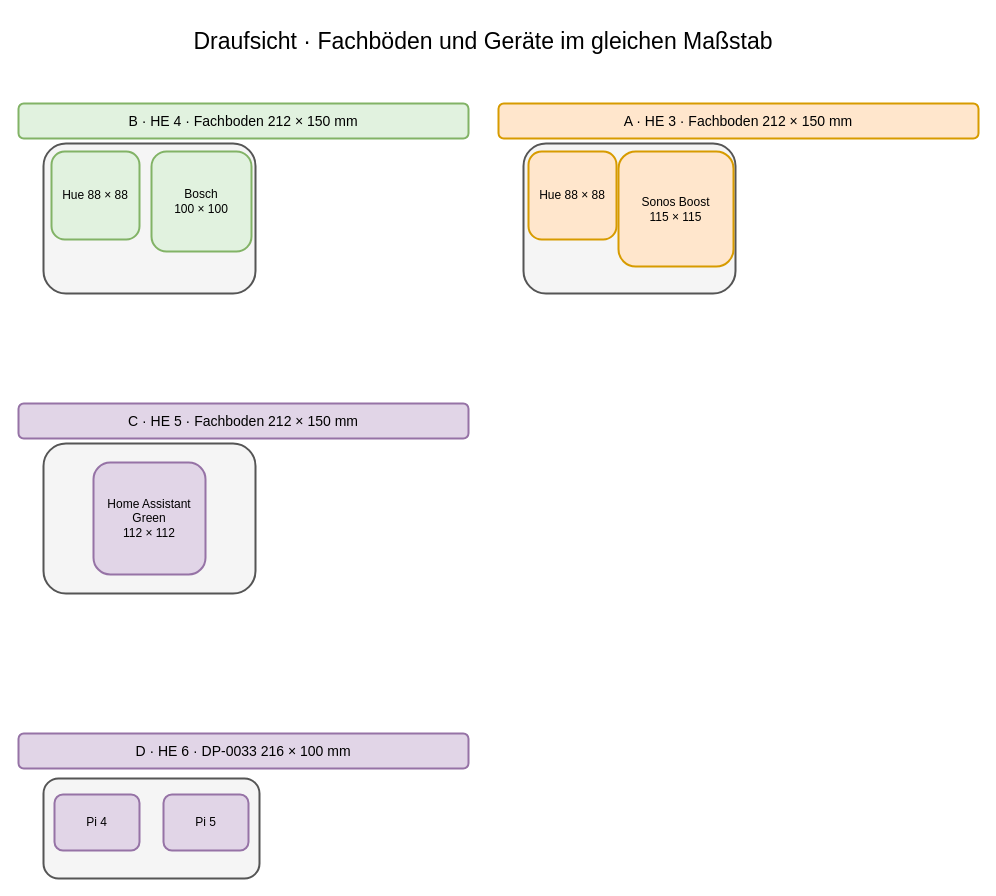
tiptronic/diagrams keeps this draw.io diagram as page "Fachböden – Draufsicht" (2 of 5) of 10-zoll-rack-planung.drawio. Above is the earlier version. Source tidied: cells renumbered, new cells numbered last; positions are measured from the earlier drawing's top-left corner, leaving out a move shared by most shapes. Both pictures are drawn from the tidied source at 100%, with x=0, y=0 at pixel (18, 18).
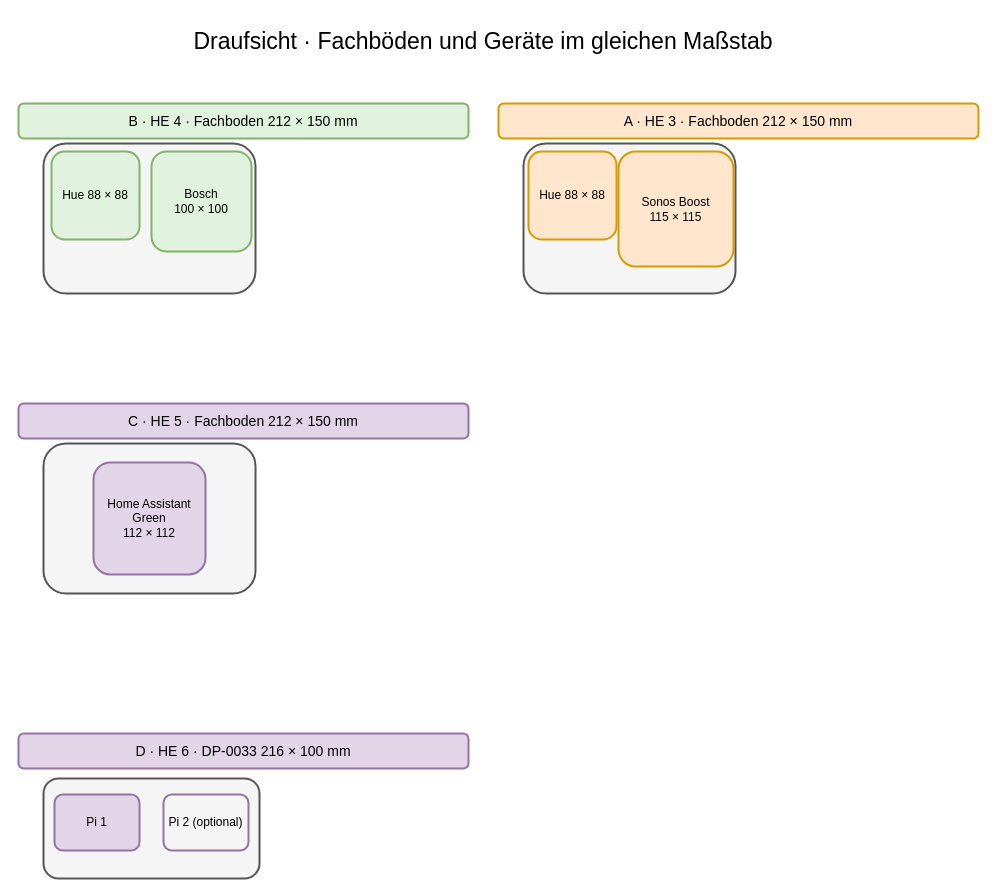
The same diagram, later.

The edit, as a diff of the source:
```diff
@@
 <mxGraphModel>
   <root>
     <mxCell id="0" />
     <mxCell id="1" parent="0" />
     <mxCell id="2" value="Draufsicht · Fachböden und Geräte im gleichen Maßstab" style="rounded=1;whiteSpace=wrap;html=1;align=center;verticalAlign=middle;strokeWidth=2;fontSize=23;fillColor=#ffffff;strokeColor=#ffffff;" parent="1" vertex="1">
       <mxGeometry width="930" height="45" as="geometry" />
     </mxCell>
     <mxCell id="3" value="B · HE 4 · Fachboden 212 × 150 mm" style="rounded=1;whiteSpace=wrap;html=1;align=center;verticalAlign=middle;strokeWidth=2;fontSize=14;fillColor=#e1f2df;strokeColor=#82b366;" parent="1" vertex="1">
       <mxGeometry y="85" width="450" height="35" as="geometry" />
     </mxCell>
     <mxCell id="4" style="rounded=1;whiteSpace=wrap;html=1;align=center;verticalAlign=middle;strokeWidth=2;fontSize=14;fillColor=#f5f5f5;strokeColor=#555555;" parent="1" vertex="1">
       <mxGeometry x="25" y="125" width="212" height="150" as="geometry" />
     </mxCell>
     <mxCell id="5" value="Hue 88 × 88" style="rounded=1;whiteSpace=wrap;html=1;align=center;verticalAlign=middle;strokeWidth=2;fontSize=12;fillColor=#e1f2df;strokeColor=#82b366;" parent="1" vertex="1">
       <mxGeometry x="33" y="133" width="88" height="88" as="geometry" />
     </mxCell>
     <mxCell id="6" value="Bosch&#10;100 × 100" style="rounded=1;whiteSpace=wrap;html=1;align=center;verticalAlign=middle;strokeWidth=2;fontSize=12;fillColor=#e1f2df;strokeColor=#82b366;" parent="1" vertex="1">
       <mxGeometry x="133" y="133" width="100" height="100" as="geometry" />
     </mxCell>
     <mxCell id="7" value="A · HE 3 · Fachboden 212 × 150 mm" style="rounded=1;whiteSpace=wrap;html=1;align=center;verticalAlign=middle;strokeWidth=2;fontSize=14;fillColor=#ffe6cc;strokeColor=#d79b00;" parent="1" vertex="1">
       <mxGeometry x="480" y="85" width="480" height="35" as="geometry" />
     </mxCell>
     <mxCell id="8" style="rounded=1;whiteSpace=wrap;html=1;align=center;verticalAlign=middle;strokeWidth=2;fontSize=14;fillColor=#f5f5f5;strokeColor=#555555;" parent="1" vertex="1">
       <mxGeometry x="505" y="125" width="212" height="150" as="geometry" />
     </mxCell>
     <mxCell id="9" value="Hue 88 × 88" style="rounded=1;whiteSpace=wrap;html=1;align=center;verticalAlign=middle;strokeWidth=2;fontSize=12;fillColor=#ffe6cc;strokeColor=#d79b00;" parent="1" vertex="1">
       <mxGeometry x="510" y="133" width="88" height="88" as="geometry" />
     </mxCell>
     <mxCell id="10" value="Sonos Boost&#10;115 × 115" style="rounded=1;whiteSpace=wrap;html=1;align=center;verticalAlign=middle;strokeWidth=2;fontSize=12;fillColor=#ffe6cc;strokeColor=#d79b00;" parent="1" vertex="1">
       <mxGeometry x="600" y="133" width="115" height="115" as="geometry" />
     </mxCell>
     <mxCell id="11" value="C · HE 5 · Fachboden 212 × 150 mm" style="rounded=1;whiteSpace=wrap;html=1;align=center;verticalAlign=middle;strokeWidth=2;fontSize=14;fillColor=#e1d5e7;strokeColor=#9673a6;" parent="1" vertex="1">
       <mxGeometry y="385" width="450" height="35" as="geometry" />
     </mxCell>
     <mxCell id="12" style="rounded=1;whiteSpace=wrap;html=1;align=center;verticalAlign=middle;strokeWidth=2;fontSize=14;fillColor=#f5f5f5;strokeColor=#555555;" parent="1" vertex="1">
       <mxGeometry x="25" y="425" width="212" height="150" as="geometry" />
     </mxCell>
     <mxCell id="13" value="Home Assistant Green&#10;112 × 112" style="rounded=1;whiteSpace=wrap;html=1;align=center;verticalAlign=middle;strokeWidth=2;fontSize=12;fillColor=#e1d5e7;strokeColor=#9673a6;" parent="1" vertex="1">
       <mxGeometry x="75" y="444" width="112" height="112" as="geometry" />
     </mxCell>
     <mxCell id="14" value="D · HE 6 · DP-0033 216 × 100 mm" style="rounded=1;whiteSpace=wrap;html=1;align=center;verticalAlign=middle;strokeWidth=2;fontSize=14;fillColor=#e1d5e7;strokeColor=#9673a6;" parent="1" vertex="1">
       <mxGeometry y="715" width="450" height="35" as="geometry" />
     </mxCell>
     <mxCell id="15" style="rounded=1;whiteSpace=wrap;html=1;align=center;verticalAlign=middle;strokeWidth=2;fontSize=14;fillColor=#f5f5f5;strokeColor=#555555;" parent="1" vertex="1">
       <mxGeometry x="25" y="760" width="216" height="100" as="geometry" />
     </mxCell>
-    <mxCell id="16" value="Pi 4" style="rounded=1;whiteSpace=wrap;html=1;align=center;verticalAlign=middle;strokeWidth=2;fontSize=12;fillColor=#e1d5e7;strokeColor=#9673a6;" parent="1" vertex="1">
+    <mxCell id="16" value="Pi 1" style="rounded=1;whiteSpace=wrap;html=1;align=center;verticalAlign=middle;strokeWidth=2;fontSize=12;fillColor=#e1d5e7;strokeColor=#9673a6;" parent="1" vertex="1">
       <mxGeometry x="36" y="776" width="85" height="56" as="geometry" />
     </mxCell>
-    <mxCell id="17" value="Pi 5" style="rounded=1;whiteSpace=wrap;html=1;align=center;verticalAlign=middle;strokeWidth=2;fontSize=12;fillColor=#e1d5e7;strokeColor=#9673a6;" parent="1" vertex="1">
+    <mxCell id="17" value="Pi 2 (optional)" style="rounded=1;whiteSpace=wrap;html=1;align=center;verticalAlign=middle;strokeWidth=2;fontSize=12;fillColor=#f5f5f5;strokeColor=#9673a6;" parent="1" vertex="1">
       <mxGeometry x="145" y="776" width="85" height="56" as="geometry" />
     </mxCell>
   </root>
 </mxGraphModel>
```
